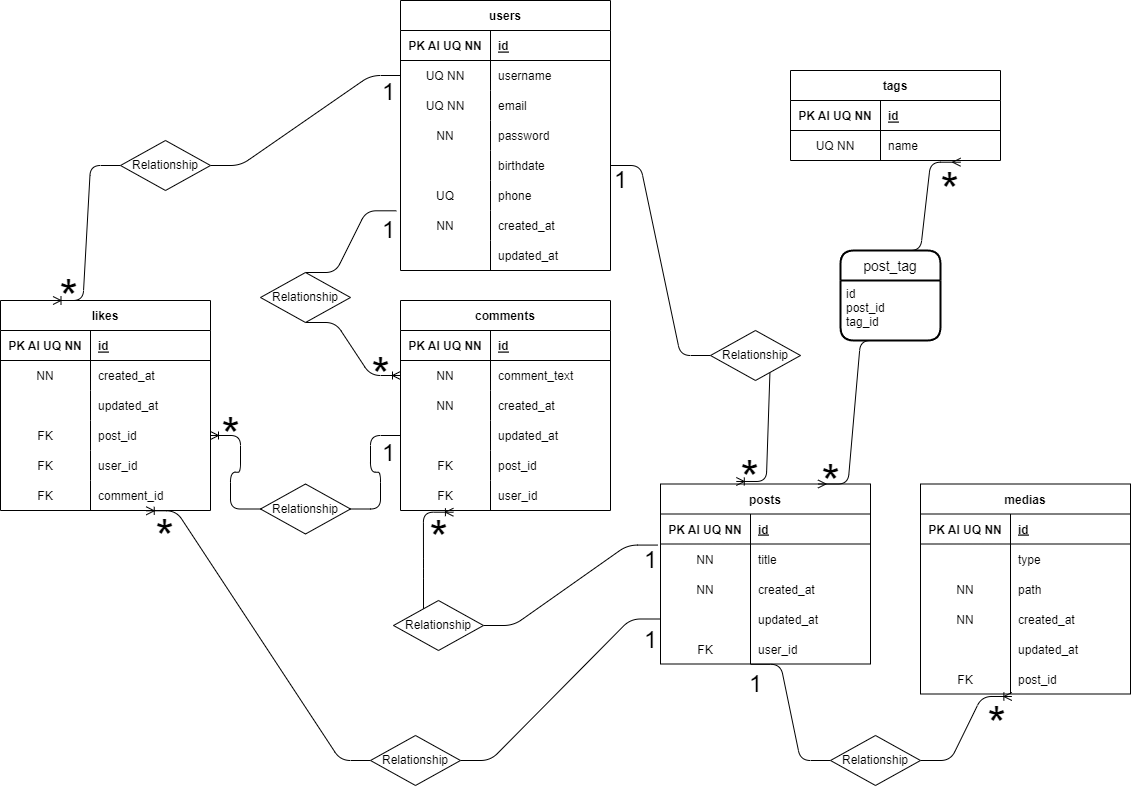
The draw.io diagram schema/schema.png in agostinoluca/social-platform, before a commit. Source tidied: cells renumbered, new cells last; positions are measured from the earlier drawing's top-left corner, leaving out a move shared by most shapes.
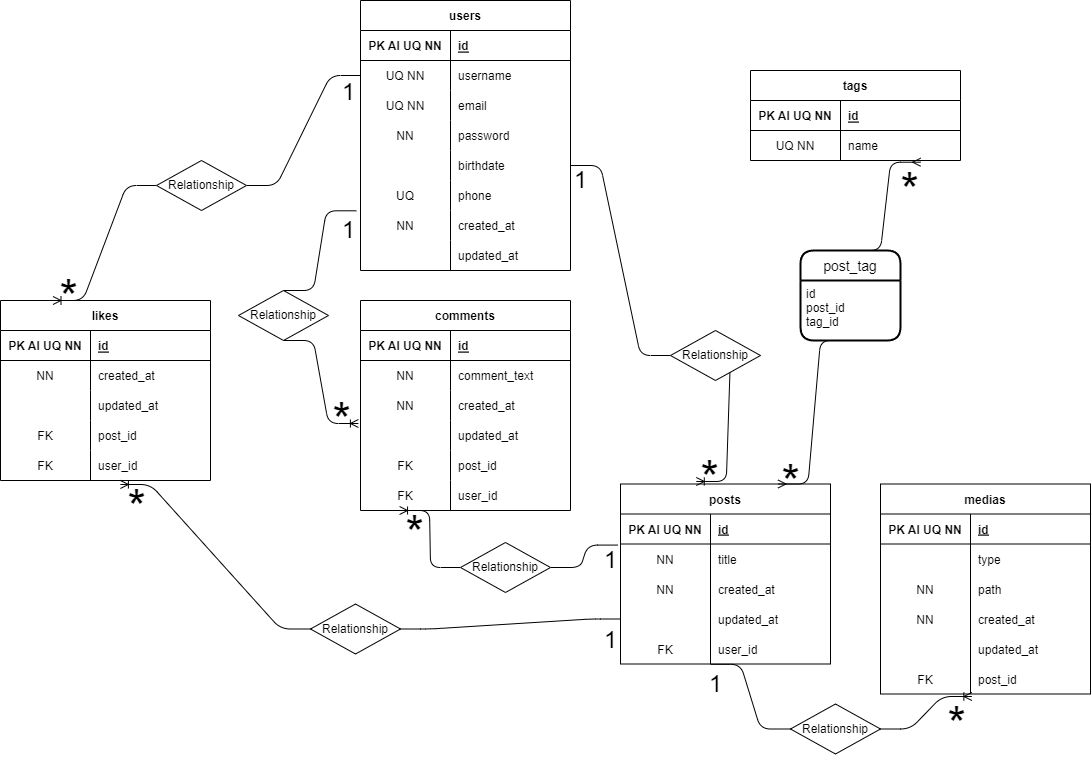
After the change.

Change to the diagram source:
```diff
@@ -278,13 +278,10 @@
     <mxCell id="93" style="edgeStyle=entityRelationEdgeStyle;fontSize=12;html=1;endArrow=ERoneToMany;entryX=0.435;entryY=1.083;entryDx=0;entryDy=0;exitX=1;exitY=0.5;exitDx=0;exitDy=0;startArrow=none;entryPerimeter=0;" parent="1" edge="1" source="100" target="59">
       <mxGeometry relative="1" as="geometry" />
     </mxCell>
-    <mxCell id="94" style="edgeStyle=entityRelationEdgeStyle;fontSize=12;html=1;endArrow=ERoneToMany;exitX=0;exitY=0.5;exitDx=0;exitDy=0;entryX=0.252;entryY=1.057;entryDx=0;entryDy=0;startArrow=none;entryPerimeter=0;" parent="1" edge="1" source="102" target="85">
+    <mxCell id="94" style="edgeStyle=entityRelationEdgeStyle;fontSize=12;html=1;endArrow=ERoneToMany;exitX=0;exitY=0.5;exitDx=0;exitDy=0;startArrow=none;entryX=0.186;entryY=1;entryDx=0;entryDy=0;entryPerimeter=0;" parent="1" edge="1" source="102" target="85">
       <mxGeometry relative="1" as="geometry" />
     </mxCell>
-    <mxCell id="95" style="edgeStyle=entityRelationEdgeStyle;fontSize=12;html=1;endArrow=ERoneToMany;entryX=1;entryY=0.5;entryDx=0;entryDy=0;startArrow=none;exitX=0;exitY=0.5;exitDx=0;exitDy=0;" parent="1" edge="1" source="106" target="119">
-      <mxGeometry relative="1" as="geometry" />
-    </mxCell>
-    <mxCell id="96" style="edgeStyle=entityRelationEdgeStyle;fontSize=12;html=1;endArrow=ERoneToMany;entryX=0.694;entryY=1.01;entryDx=0;entryDy=0;exitX=0;exitY=0.5;exitDx=0;exitDy=0;startArrow=none;entryPerimeter=0;" parent="1" edge="1" source="104" target="125">
+    <mxCell id="96" style="edgeStyle=entityRelationEdgeStyle;fontSize=12;html=1;endArrow=ERoneToMany;entryX=0.571;entryY=1.133;entryDx=0;entryDy=0;exitX=0;exitY=0.5;exitDx=0;exitDy=0;startArrow=none;entryPerimeter=0;" parent="1" edge="1" source="104" target="122">
       <mxGeometry relative="1" as="geometry" />
     </mxCell>
     <mxCell id="97" style="edgeStyle=entityRelationEdgeStyle;fontSize=12;html=1;endArrow=none;exitX=1;exitY=0.5;exitDx=0;exitDy=0;entryX=0;entryY=0.5;entryDx=0;entryDy=0;" parent="1" edge="1" source="15" target="98">
@@ -297,26 +294,20 @@
       <mxGeometry relative="1" as="geometry" />
     </mxCell>
     <mxCell id="100" value="Relationship" style="shape=rhombus;perimeter=rhombusPerimeter;whiteSpace=wrap;html=1;align=center;" parent="1" vertex="1">
-      <mxGeometry x="830" y="735" width="90" height="50" as="geometry" />
+      <mxGeometry x="830" y="703.5" width="90" height="50" as="geometry" />
     </mxCell>
     <mxCell id="101" style="edgeStyle=entityRelationEdgeStyle;fontSize=12;html=1;endArrow=none;exitX=-0.014;exitY=0.036;exitDx=0;exitDy=0;entryX=1;entryY=0.5;entryDx=0;entryDy=0;exitPerimeter=0;" parent="1" edge="1" source="31" target="102">
       <mxGeometry relative="1" as="geometry" />
     </mxCell>
     <mxCell id="102" value="Relationship" style="shape=rhombus;perimeter=rhombusPerimeter;whiteSpace=wrap;html=1;align=center;" parent="1" vertex="1">
-      <mxGeometry x="393" y="600" width="90" height="50" as="geometry" />
+      <mxGeometry x="500" y="542" width="90" height="50" as="geometry" />
     </mxCell>
     <mxCell id="103" style="edgeStyle=entityRelationEdgeStyle;fontSize=12;html=1;endArrow=none;entryX=1;entryY=0.5;entryDx=0;entryDy=0;exitX=0;exitY=0.5;exitDx=0;exitDy=0;" parent="1" edge="1" source="37" target="104">
       <mxGeometry relative="1" as="geometry" />
     </mxCell>
     <mxCell id="104" value="Relationship" style="shape=rhombus;perimeter=rhombusPerimeter;whiteSpace=wrap;html=1;align=center;" parent="1" vertex="1">
-      <mxGeometry x="370" y="735" width="90" height="50" as="geometry" />
+      <mxGeometry x="350" y="603.5" width="90" height="50" as="geometry" />
     </mxCell>
-    <mxCell id="105" style="edgeStyle=entityRelationEdgeStyle;fontSize=12;html=1;endArrow=none;entryX=1;entryY=0.5;entryDx=0;entryDy=0;exitX=0;exitY=0.5;exitDx=0;exitDy=0;" parent="1" edge="1" source="79" target="106">
-      <mxGeometry relative="1" as="geometry" />
-    </mxCell>
-    <mxCell id="106" value="Relationship" style="shape=rhombus;perimeter=rhombusPerimeter;whiteSpace=wrap;html=1;align=center;" parent="1" vertex="1">
-      <mxGeometry x="260" y="483.5" width="90" height="50" as="geometry" />
-    </mxCell>
     <mxCell id="107" value="&lt;font style=&quot;font-size: 24px;&quot;&gt;1&lt;/font&gt;" style="text;html=1;align=center;verticalAlign=middle;strokeColor=none;fillColor=none;" parent="1" vertex="1">
       <mxGeometry x="735" y="663.5" width="40" height="40" as="geometry" />
     </mxCell>
@@ -324,7 +315,7 @@
       <mxGeometry x="976" y="689" width="40" height="70" as="geometry" />
     </mxCell>
     <mxCell id="109" value="likes" style="shape=table;startSize=30;rowLines=0;fontStyle=1;align=center;" parent="1" vertex="1">
-      <mxGeometry y="300" width="210" height="210" as="geometry" />
+      <mxGeometry x="40" y="300" width="210" height="180" as="geometry" />
     </mxCell>
     <mxCell id="110" style="shape=tableRow;horizontal=0;startSize=0;swimlaneHead=0;swimlaneBody=0;fillColor=none;top=0;left=0;right=0;bottom=1;" parent="109" vertex="1">
       <mxGeometry y="30" width="210" height="30" as="geometry" />
@@ -371,15 +362,6 @@
     <mxCell id="124" value="user_id" style="shape=partialRectangle;fillColor=none;top=0;left=0;bottom=0;right=0;align=left;spacingLeft=6;overflow=hidden;" parent="122" vertex="1">
       <mxGeometry x="90" width="120" height="30" as="geometry" />
     </mxCell>
-    <mxCell id="125" style="shape=tableRow;horizontal=0;startSize=0;swimlaneHead=0;swimlaneBody=0;fillColor=none;points=[[0,0.5],[1,0.5]];portConstraint=eastwest;top=0;left=0;right=0;bottom=0;" parent="109" vertex="1">
-      <mxGeometry y="180" width="210" height="30" as="geometry" />
-    </mxCell>
-    <mxCell id="126" value="FK" style="shape=partialRectangle;fillColor=none;top=0;left=0;bottom=0;right=0;overflow=hidden;" parent="125" vertex="1">
-      <mxGeometry width="90" height="30" as="geometry" />
-    </mxCell>
-    <mxCell id="127" value="comment_id" style="shape=partialRectangle;fillColor=none;top=0;left=0;bottom=0;right=0;align=left;spacingLeft=6;overflow=hidden;" parent="125" vertex="1">
-      <mxGeometry x="90" width="120" height="30" as="geometry" />
-    </mxCell>
     <mxCell id="128" style="edgeStyle=entityRelationEdgeStyle;fontSize=12;html=1;endArrow=ERoneToMany;exitX=0;exitY=0.5;exitDx=0;exitDy=0;startArrow=none;entryX=0.25;entryY=0;entryDx=0;entryDy=0;" parent="1" edge="1" source="130" target="109">
       <mxGeometry relative="1" as="geometry" />
     </mxCell>
@@ -387,16 +369,16 @@
       <mxGeometry relative="1" as="geometry" />
     </mxCell>
     <mxCell id="130" value="Relationship" style="shape=rhombus;perimeter=rhombusPerimeter;whiteSpace=wrap;html=1;align=center;" parent="1" vertex="1">
-      <mxGeometry x="120" y="140" width="90" height="50" as="geometry" />
+      <mxGeometry x="196" y="160" width="90" height="50" as="geometry" />
     </mxCell>
-    <mxCell id="131" style="edgeStyle=entityRelationEdgeStyle;fontSize=12;html=1;endArrow=ERoneToMany;entryX=0;entryY=0.5;entryDx=0;entryDy=0;exitX=0.5;exitY=1;exitDx=0;exitDy=0;startArrow=none;" parent="1" edge="1" source="133" target="73">
+    <mxCell id="131" style="edgeStyle=entityRelationEdgeStyle;fontSize=12;html=1;endArrow=ERoneToMany;entryX=-0.01;entryY=0.1;entryDx=0;entryDy=0;exitX=0.5;exitY=1;exitDx=0;exitDy=0;startArrow=none;entryPerimeter=0;" parent="1" edge="1" source="133" target="79">
       <mxGeometry relative="1" as="geometry" />
     </mxCell>
     <mxCell id="132" style="edgeStyle=entityRelationEdgeStyle;fontSize=12;html=1;endArrow=none;entryX=0.5;entryY=0;entryDx=0;entryDy=0;exitX=-0.02;exitY=0.01;exitDx=0;exitDy=0;exitPerimeter=0;" parent="1" edge="1" source="21" target="133">
       <mxGeometry relative="1" as="geometry" />
     </mxCell>
     <mxCell id="133" value="Relationship" style="shape=rhombus;perimeter=rhombusPerimeter;whiteSpace=wrap;html=1;align=center;" parent="1" vertex="1">
-      <mxGeometry x="260" y="272" width="90" height="50" as="geometry" />
+      <mxGeometry x="278" y="290" width="90" height="50" as="geometry" />
     </mxCell>
     <mxCell id="134" value="&lt;font style=&quot;font-size: 48px;&quot;&gt;*&lt;/font&gt;" style="text;html=1;align=center;verticalAlign=middle;strokeColor=none;fillColor=none;" parent="1" vertex="1">
       <mxGeometry x="810" y="447" width="40" height="70" as="geometry" />
@@ -405,20 +387,17 @@
       <mxGeometry x="929" y="155" width="40" height="70" as="geometry" />
     </mxCell>
     <mxCell id="136" value="&lt;font style=&quot;font-size: 48px;&quot;&gt;*&lt;/font&gt;" style="text;html=1;align=center;verticalAlign=middle;strokeColor=none;fillColor=none;" parent="1" vertex="1">
-      <mxGeometry x="360" y="340" width="40" height="70" as="geometry" />
+      <mxGeometry x="361" y="385" width="40" height="70" as="geometry" />
     </mxCell>
     <mxCell id="137" value="&lt;font style=&quot;font-size: 48px;&quot;&gt;*&lt;/font&gt;" style="text;html=1;align=center;verticalAlign=middle;strokeColor=none;fillColor=none;" parent="1" vertex="1">
-      <mxGeometry x="418" y="503" width="40" height="70" as="geometry" />
+      <mxGeometry x="434" y="498" width="40" height="70" as="geometry" />
     </mxCell>
     <mxCell id="138" value="&lt;font style=&quot;font-size: 48px;&quot;&gt;*&lt;/font&gt;" style="text;html=1;align=center;verticalAlign=middle;strokeColor=none;fillColor=none;" parent="1" vertex="1">
-      <mxGeometry x="144" y="502" width="40" height="70" as="geometry" />
+      <mxGeometry x="156" y="472" width="40" height="70" as="geometry" />
     </mxCell>
     <mxCell id="139" value="&lt;font style=&quot;font-size: 48px;&quot;&gt;*&lt;/font&gt;" style="text;html=1;align=center;verticalAlign=middle;strokeColor=none;fillColor=none;" parent="1" vertex="1">
-      <mxGeometry x="48" y="262" width="40" height="70" as="geometry" />
+      <mxGeometry x="88" y="262" width="40" height="70" as="geometry" />
     </mxCell>
-    <mxCell id="140" value="&lt;font style=&quot;font-size: 48px;&quot;&gt;*&lt;/font&gt;" style="text;html=1;align=center;verticalAlign=middle;strokeColor=none;fillColor=none;" parent="1" vertex="1">
-      <mxGeometry x="210" y="400" width="40" height="70" as="geometry" />
-    </mxCell>
     <mxCell id="141" value="&lt;font style=&quot;font-size: 48px;&quot;&gt;*&lt;/font&gt;" style="text;html=1;align=center;verticalAlign=middle;strokeColor=none;fillColor=none;" parent="1" vertex="1">
       <mxGeometry x="729" y="443" width="40" height="70" as="geometry" />
     </mxCell>
@@ -437,8 +416,5 @@
     <mxCell id="146" value="&lt;font style=&quot;font-size: 24px;&quot;&gt;1&lt;/font&gt;" style="text;html=1;align=center;verticalAlign=middle;strokeColor=none;fillColor=none;" parent="1" vertex="1">
       <mxGeometry x="630" y="540" width="40" height="40" as="geometry" />
     </mxCell>
-    <mxCell id="147" value="&lt;font style=&quot;font-size: 24px;&quot;&gt;1&lt;/font&gt;" style="text;html=1;align=center;verticalAlign=middle;strokeColor=none;fillColor=none;" parent="1" vertex="1">
-      <mxGeometry x="368" y="433" width="40" height="40" as="geometry" />
-    </mxCell>
   </root>
 </mxGraphModel>
```
